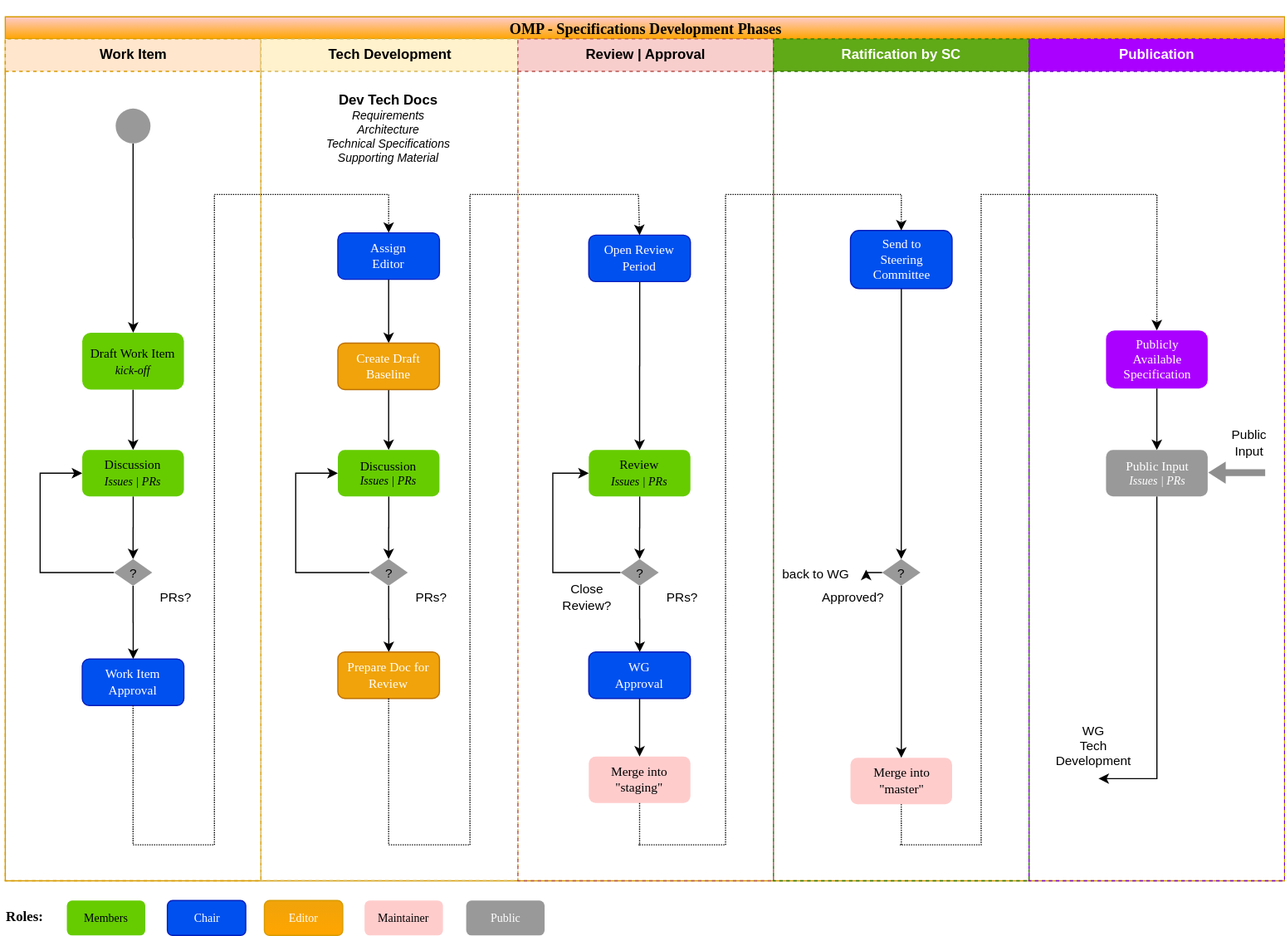
pawanpurbey/rules_of_engagement keeps this draw.io diagram as images/omp-dev-process.svg. Above is the earlier version. Source tidied: cells renumbered, new cells last; positions are measured from the earlier drawing's top-left corner, leaving out a move shared by most shapes.
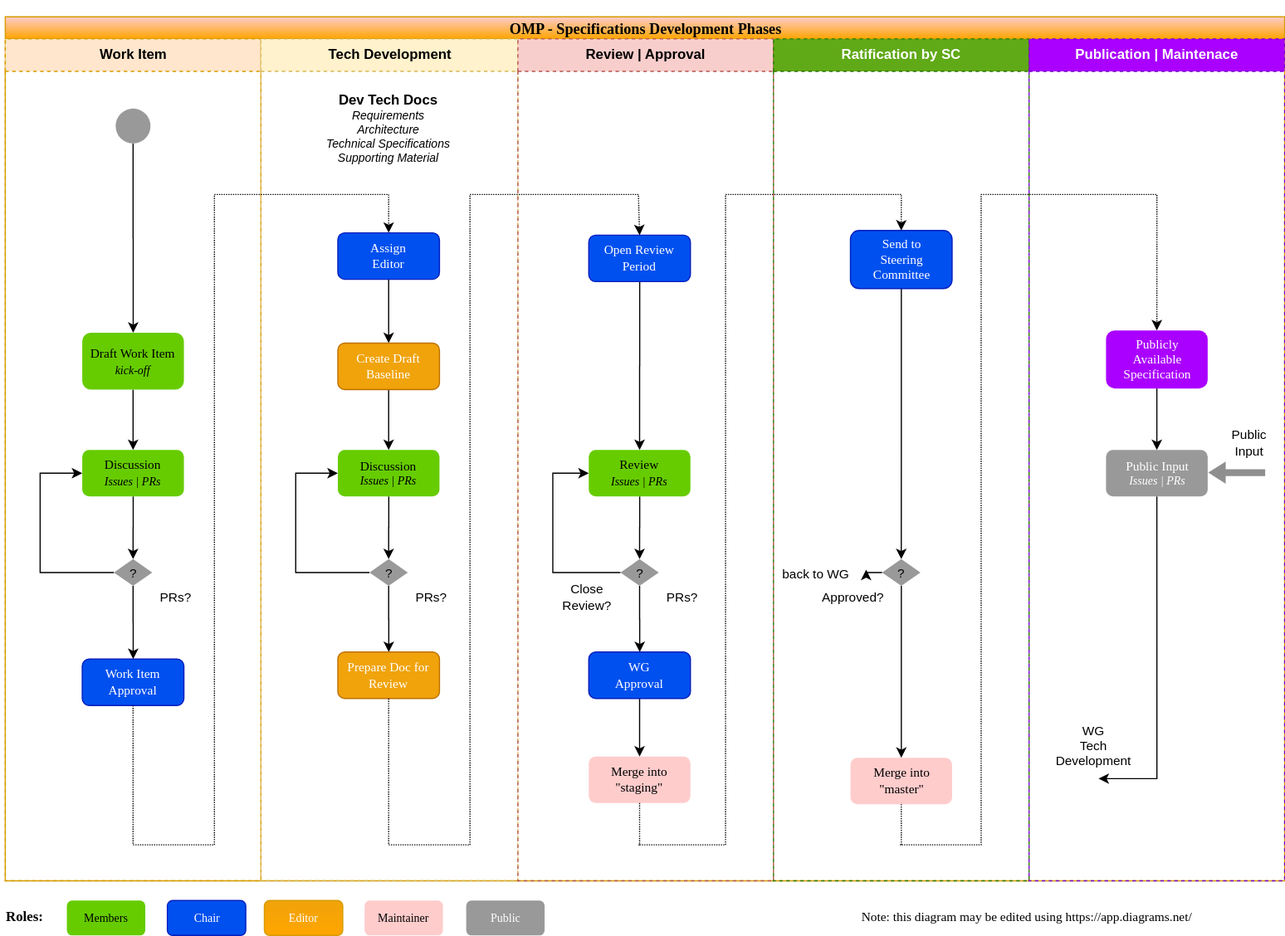
Later version of the same file.

Commit message:
editorial updates to dev phases

What changed in the source:
```diff
@@ -235,7 +235,7 @@
         </Array>
       </mxGeometry>
     </mxCell>
-    <mxCell id="63" value="Publication" style="swimlane;html=1;startSize=28;dashed=1;strokeColor=#7700CC;fillColor=#AA00FF;fontColor=#ffffff;" parent="7" vertex="1">
+    <mxCell id="63" value="Publication | Maintenace" style="swimlane;html=1;startSize=28;dashed=1;strokeColor=#7700CC;fillColor=#AA00FF;fontColor=#ffffff;" parent="7" vertex="1">
       <mxGeometry x="881.2" y="19" width="220" height="725" as="geometry" />
     </mxCell>
     <mxCell id="64" value="&lt;div&gt;WG&lt;/div&gt;&lt;div&gt;Tech&lt;/div&gt;&lt;div&gt;Development&lt;/div&gt;" style="text;html=1;strokeColor=none;fillColor=none;align=center;verticalAlign=middle;whiteSpace=wrap;rounded=0;dashed=1;fontSize=11;labelPosition=center;verticalLabelPosition=bottom;" parent="63" vertex="1">
@@ -259,5 +259,8 @@
     <mxCell id="69" value="&lt;div&gt;Public&lt;/div&gt;&lt;div&gt;Input&lt;br&gt;&lt;/div&gt;" style="text;html=1;strokeColor=none;fillColor=none;align=center;verticalAlign=middle;whiteSpace=wrap;rounded=0;dashed=1;fontSize=11;" parent="63" vertex="1">
       <mxGeometry x="170" y="338" width="40" height="20" as="geometry" />
     </mxCell>
+    <mxCell id="70" value="Note: this diagram may be edited using https://app.diagrams.net/&amp;nbsp; " style="text;html=1;strokeColor=none;fillColor=none;align=center;verticalAlign=middle;whiteSpace=wrap;rounded=0;shadow=0;fontFamily=Verdana;fontSize=11;" parent="1" vertex="1">
+      <mxGeometry x="664.2" y="765" width="440" height="20" as="geometry" />
+    </mxCell>
   </root>
 </mxGraphModel>
```
